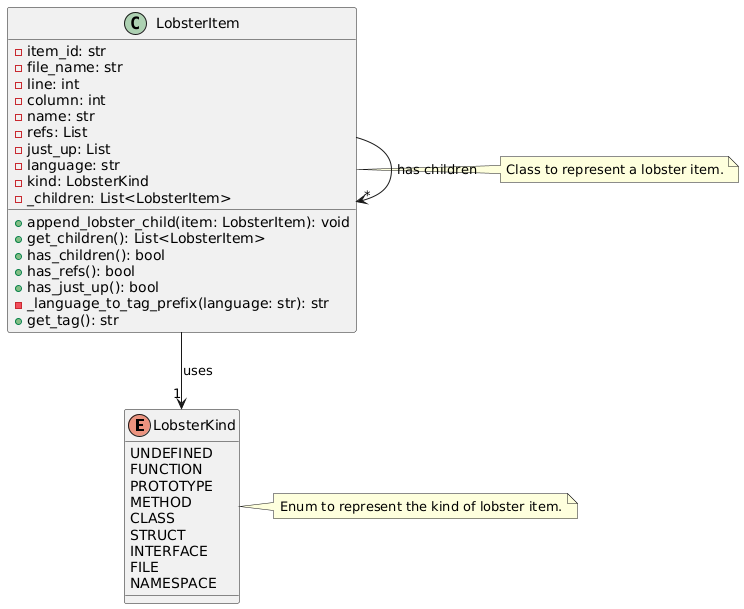
Earlier version of the PlantUML export doc/architecture/class_diagram.png (NewTec-GmbH/lobster-doxygen).
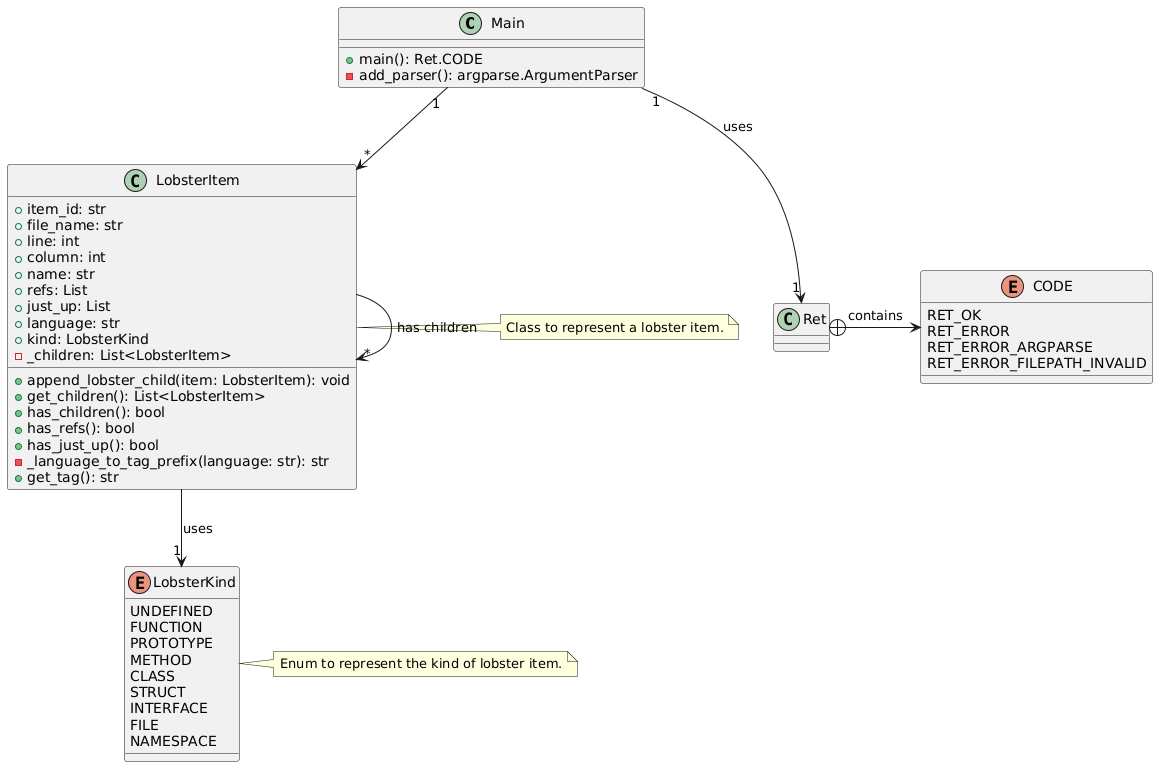
Above is the later version.

What changed in the source:
```diff
@@ -1,4 +1,22 @@
 @startuml
+
+
+class Main {
+  + main(): Ret.CODE
+  - add_parser(): argparse.ArgumentParser
+}
+
+class Ret {
+
+}
+
+enum CODE {
+    RET_OK
+    RET_ERROR
+    RET_ERROR_ARGPARSE
+    RET_ERROR_FILEPATH_INVALID
+}
+
 enum LobsterKind {
     UNDEFINED
     FUNCTION
@@ -11,16 +29,20 @@
     NAMESPACE
 }
 
+note right of LobsterKind
+  Enum to represent the kind of lobster item.
+end note
+
 class LobsterItem {
-    - item_id: str
-    - file_name: str
-    - line: int
-    - column: int
-    - name: str
-    - refs: List
-    - just_up: List
-    - language: str
-    - kind: LobsterKind
+    + item_id: str
+    + file_name: str
+    + line: int
+    + column: int
+    + name: str
+    + refs: List
+    + just_up: List
+    + language: str
+    + kind: LobsterKind
     - _children: List<LobsterItem>
 
     + append_lobster_child(item: LobsterItem): void
@@ -32,14 +54,15 @@
     + get_tag(): str
 }
 
-LobsterItem --> "1" LobsterKind : uses
-LobsterItem --> "*" LobsterItem : has children
-
 note right of LobsterItem
   Class to represent a lobster item.
 end note
 
-note right of LobsterKind
-  Enum to represent the kind of lobster item.
-end note
+
+
+Main "1" --> "*" LobsterItem
+Ret +-> CODE : contains
+Main "1" --> "1" Ret : uses
+LobsterItem --> "1" LobsterKind : uses
+LobsterItem --> "*" LobsterItem : has children
 @enduml
```
